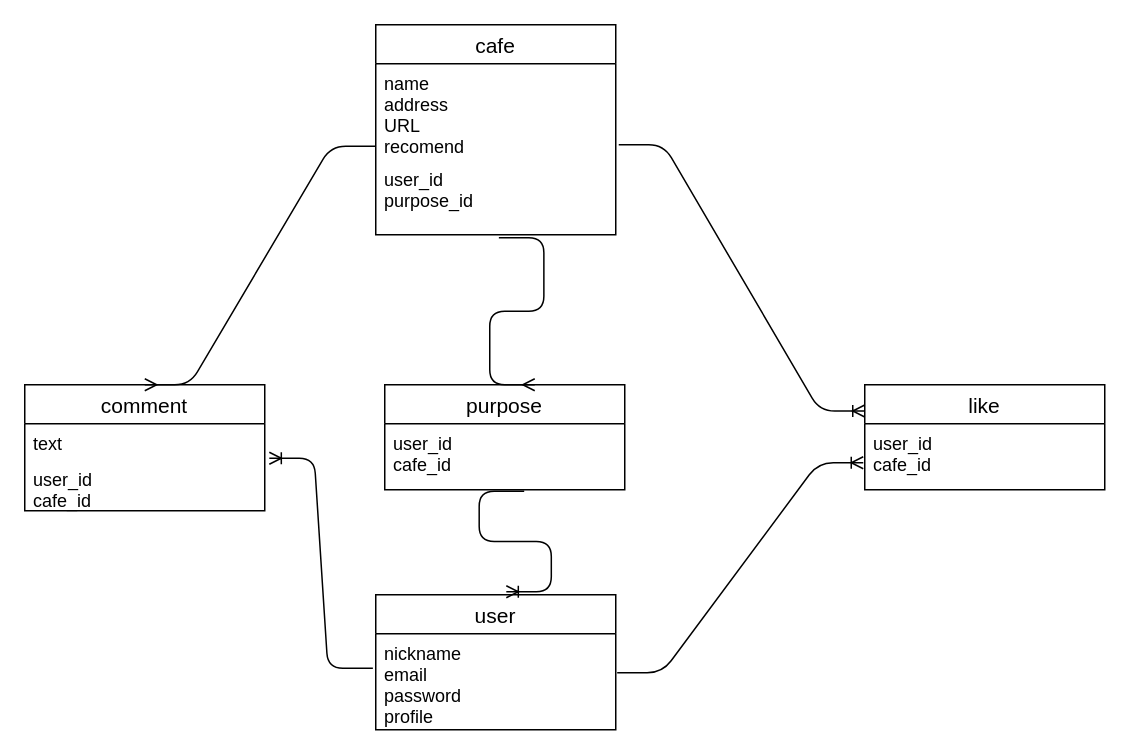
Above: er.dio in teru-sei/repos (draw.io), before the change. Source tidied: cells renumbered, new cells numbered last; positions are measured from the earlier drawing's top-left corner, leaving out a move shared by most shapes. Both pictures are drawn from the tidied source at 150%, with x=0, y=0 at pixel (24, 24).
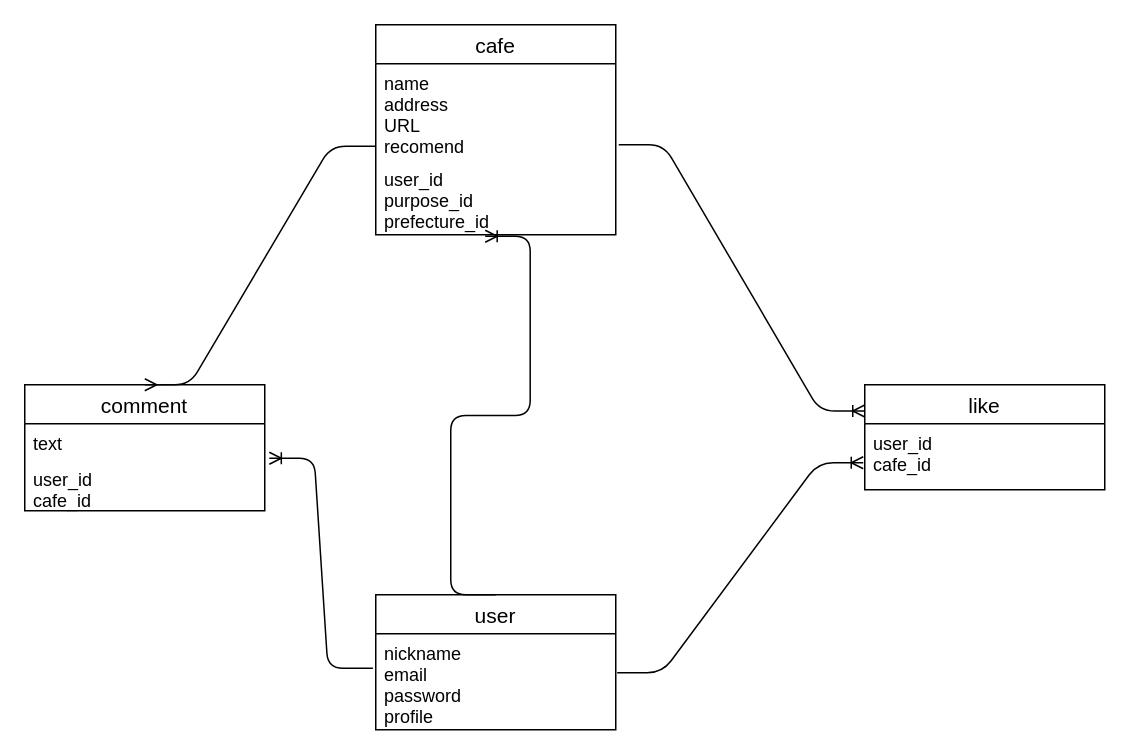
The same diagram, later.

The change refers to these unchanged cells:
```xml
<mxCell id="2" value="cafe" style="swimlane;fontStyle=0;horizontal=1;startSize=26;align=center;fontSize=14;" parent="1" vertex="1">
  <mxGeometry x="234" width="160" height="140" as="geometry" />
</mxCell>
<mxCell id="5" value="user" style="swimlane;fontStyle=0;horizontal=1;startSize=26;align=center;fontSize=14;" parent="1" vertex="1">
  <mxGeometry x="234" y="380" width="160" height="90" as="geometry" />
</mxCell>
```

Change to the diagram source:
```diff
@@
-    <mxCell id="4" value="user_id&#10;purpose_id" style="text;strokeColor=none;fillColor=none;spacingLeft=4;spacingRight=4;overflow=hidden;points=[[0,0.5],[1,0.5]];portConstraint=eastwest;fontSize=12;" parent="2" vertex="1">
+    <mxCell id="4" value="user_id&#10;purpose_id&#10;prefecture_id" style="text;strokeColor=none;fillColor=none;spacingLeft=4;spacingRight=4;overflow=hidden;points=[[0,0.5],[1,0.5]];portConstraint=eastwest;fontSize=12;" parent="2" vertex="1">
       <mxGeometry y="90" width="160" height="50" as="geometry" />
     </mxCell>
@@
-    <mxCell id="16" value="purpose" style="swimlane;fontStyle=0;horizontal=1;startSize=26;align=center;fontSize=14;" parent="1" vertex="1">
-      <mxGeometry x="240" y="240" width="160" height="70" as="geometry" />
-    </mxCell>
-    <mxCell id="17" style="edgeStyle=entityRelationEdgeStyle;fontSize=12;html=1;endArrow=ERmany;exitX=0.513;exitY=1.04;exitDx=0;exitDy=0;exitPerimeter=0;" parent="16" edge="1" source="4">
-      <mxGeometry relative="1" as="geometry">
-        <mxPoint x="100" as="targetPoint" />
-      </mxGeometry>
-    </mxCell>
-    <mxCell id="18" value="user_id&#10;cafe_id" style="text;strokeColor=none;fillColor=none;spacingLeft=4;spacingRight=4;overflow=hidden;points=[[0,0.5],[1,0.5]];portConstraint=eastwest;fontSize=12;" parent="16" vertex="1">
-      <mxGeometry y="26" width="160" height="44" as="geometry" />
-    </mxCell>
-    <mxCell id="19" style="edgeStyle=entityRelationEdgeStyle;fontSize=12;html=1;endArrow=ERoneToMany;exitX=0.581;exitY=1.023;exitDx=0;exitDy=0;exitPerimeter=0;entryX=0.544;entryY=-0.022;entryDx=0;entryDy=0;entryPerimeter=0;" parent="1" edge="1" source="18" target="5">
+    <mxCell id="19" style="edgeStyle=entityRelationEdgeStyle;fontSize=12;html=1;endArrow=ERoneToMany;exitX=0.5;exitY=0;exitDx=0;exitDy=0;entryX=0.456;entryY=1.02;entryDx=0;entryDy=0;entryPerimeter=0;" parent="1" edge="1" source="5" target="4">
       <mxGeometry relative="1" as="geometry" />
     </mxCell>
```
